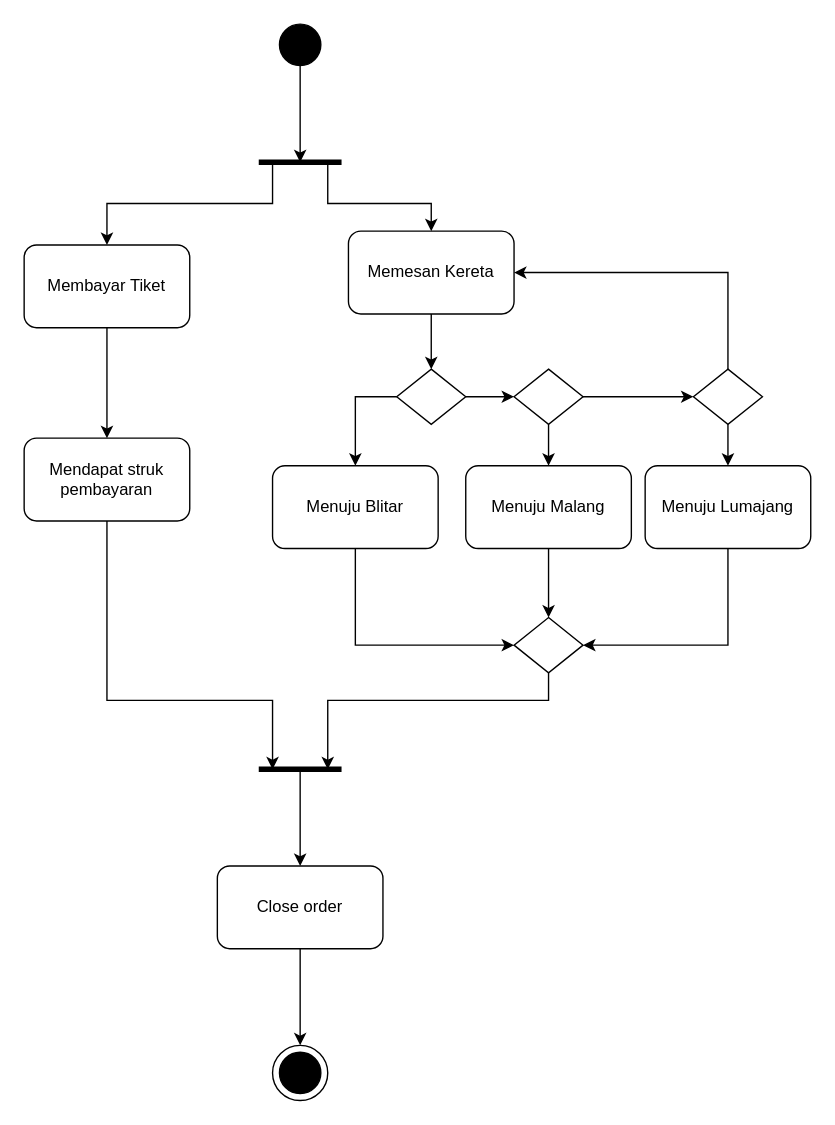
The draw.io diagram OOP/Pertemuan 3/OOP3.drawio in nur-wahid123/belajar, before the edit. Source tidied: cells renumbered, new cells numbered last; positions are measured from the earlier drawing's top-left corner, leaving out a move shared by most shapes. Both pictures are drawn from the tidied source at 138%, with x=0, y=0 at pixel (23, 23).
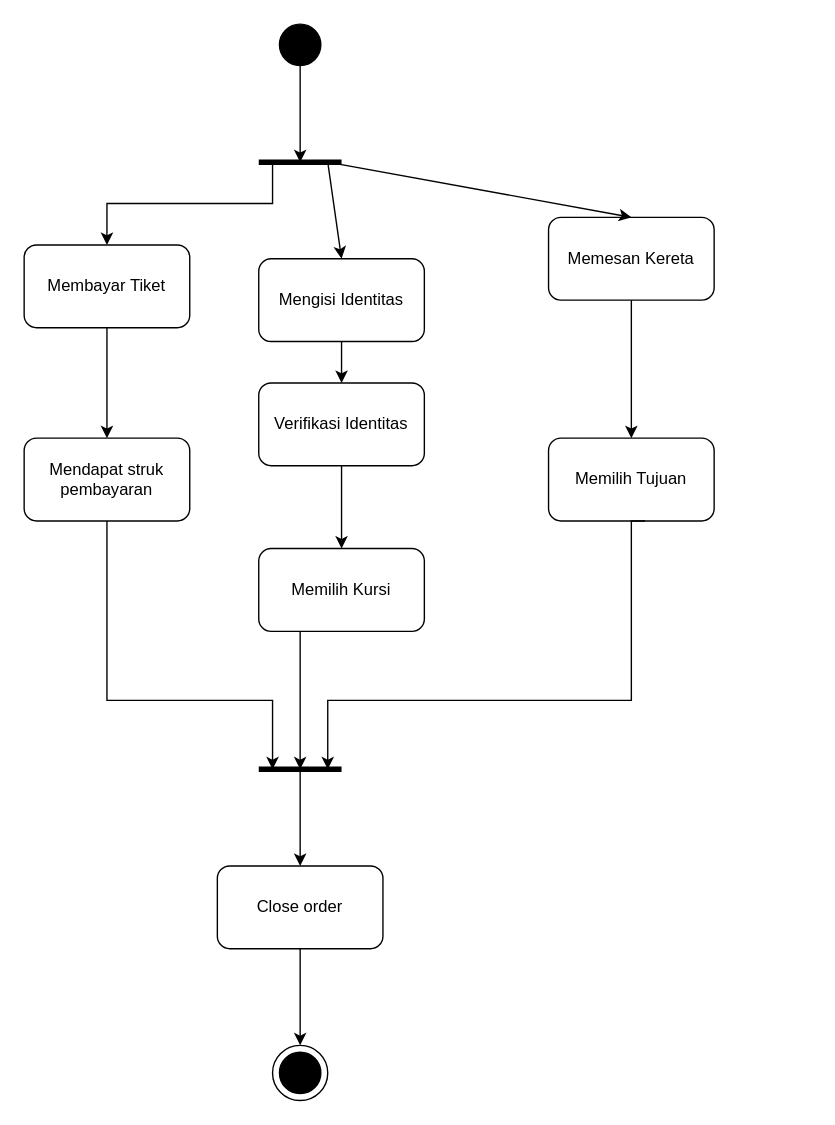
The same page after the edit.

The edit, as a diff of the source:
```diff
@@
-    <mxCell id="7" style="edgeStyle=orthogonalEdgeStyle;rounded=0;jettySize=auto;html=1;" parent="1" edge="1" source="8" target="11">
+    <mxCell id="7" style="edgeStyle=orthogonalEdgeStyle;rounded=0;jettySize=auto;html=1;entryX=0.5;entryY=0;entryDx=0;entryDy=0;" parent="1" edge="1" source="8" target="13">
       <mxGeometry relative="1" as="geometry" />
     </mxCell>
     <mxCell id="8" value="Memesan Kereta" style="rounded=1;whiteSpace=wrap;html=1;fillColor=#FFFFFF;" parent="1" vertex="1">
-      <mxGeometry x="235" y="150" width="120" height="60" as="geometry" />
+      <mxGeometry x="380" y="140" width="120" height="60" as="geometry" />
     </mxCell>
-    <mxCell id="9" style="edgeStyle=orthogonalEdgeStyle;rounded=0;jettySize=auto;html=1;" parent="1" edge="1" source="11" target="13">
-      <mxGeometry relative="1" as="geometry">
-        <Array as="points">
-          <mxPoint x="240" y="270" />
-        </Array>
-      </mxGeometry>
-    </mxCell>
-    <mxCell id="10" style="edgeStyle=orthogonalEdgeStyle;rounded=0;jettySize=auto;html=1;" parent="1" edge="1" source="11" target="16">
-      <mxGeometry relative="1" as="geometry" />
-    </mxCell>
-    <mxCell id="11" style="rhombus;whiteSpace=wrap;html=1;fillColor=#FFFFFF;" parent="1" vertex="1">
-      <mxGeometry x="270" y="250" width="50" height="40" as="geometry" />
-    </mxCell>
-    <mxCell id="12" style="edgeStyle=orthogonalEdgeStyle;rounded=0;jettySize=auto;html=1;entryX=0;entryY=0.5;entryDx=0;entryDy=0;" parent="1" edge="1" source="13" target="25">
-      <mxGeometry relative="1" as="geometry">
-        <Array as="points">
-          <mxPoint x="240" y="450" />
-        </Array>
-      </mxGeometry>
-    </mxCell>
-    <mxCell id="13" value="Menuju Blitar" style="rounded=1;whiteSpace=wrap;html=1;fillColor=#FFFFFF;" parent="1" vertex="1">
-      <mxGeometry x="180" y="320" width="120" height="60" as="geometry" />
+    <mxCell id="13" value="Memilih Tujuan" style="rounded=1;whiteSpace=wrap;html=1;fillColor=#FFFFFF;" parent="1" vertex="1">
+      <mxGeometry x="380" y="300" width="120" height="60" as="geometry" />
     </mxCell>
-    <mxCell id="14" style="edgeStyle=orthogonalEdgeStyle;rounded=0;jettySize=auto;html=1;" parent="1" edge="1" source="16" target="18">
-      <mxGeometry relative="1" as="geometry" />
-    </mxCell>
-    <mxCell id="15" style="edgeStyle=orthogonalEdgeStyle;rounded=0;jettySize=auto;html=1;" parent="1" edge="1" source="16" target="21">
-      <mxGeometry relative="1" as="geometry" />
-    </mxCell>
-    <mxCell id="16" style="rhombus;whiteSpace=wrap;html=1;fillColor=#FFFFFF;" parent="1" vertex="1">
-      <mxGeometry x="355" y="250" width="50" height="40" as="geometry" />
-    </mxCell>
-    <mxCell id="17" style="edgeStyle=orthogonalEdgeStyle;rounded=0;jettySize=auto;html=1;" parent="1" edge="1" source="18" target="25">
-      <mxGeometry relative="1" as="geometry" />
-    </mxCell>
-    <mxCell id="18" value="Menuju Malang" style="rounded=1;whiteSpace=wrap;html=1;fillColor=#FFFFFF;" parent="1" vertex="1">
-      <mxGeometry x="320" y="320" width="120" height="60" as="geometry" />
-    </mxCell>
-    <mxCell id="19" style="edgeStyle=orthogonalEdgeStyle;rounded=0;jettySize=auto;html=1;" parent="1" edge="1" source="21" target="23">
-      <mxGeometry relative="1" as="geometry" />
-    </mxCell>
-    <mxCell id="20" style="edgeStyle=orthogonalEdgeStyle;rounded=0;jettySize=auto;html=1;entryX=1;entryY=0.5;entryDx=0;entryDy=0;" parent="1" edge="1" source="21" target="8">
-      <mxGeometry relative="1" as="geometry">
-        <Array as="points">
-          <mxPoint x="510" y="180" />
-        </Array>
-      </mxGeometry>
-    </mxCell>
-    <mxCell id="21" style="rhombus;whiteSpace=wrap;html=1;fillColor=#FFFFFF;" parent="1" vertex="1">
-      <mxGeometry x="485" y="250" width="50" height="40" as="geometry" />
-    </mxCell>
-    <mxCell id="22" style="edgeStyle=orthogonalEdgeStyle;rounded=0;jettySize=auto;html=1;entryX=1;entryY=0.5;entryDx=0;entryDy=0;" parent="1" edge="1" source="23" target="25">
-      <mxGeometry relative="1" as="geometry">
-        <Array as="points">
-          <mxPoint x="510" y="450" />
-        </Array>
-      </mxGeometry>
-    </mxCell>
-    <mxCell id="23" value="Menuju Lumajang" style="rounded=1;whiteSpace=wrap;html=1;fillColor=#FFFFFF;" parent="1" vertex="1">
-      <mxGeometry x="450" y="320" width="120" height="60" as="geometry" />
-    </mxCell>
-    <mxCell id="24" style="edgeStyle=orthogonalEdgeStyle;rounded=0;jettySize=auto;html=1;strokeWidth=1;" parent="1" edge="1" source="25">
+    <mxCell id="24" style="edgeStyle=orthogonalEdgeStyle;rounded=0;jettySize=auto;html=1;strokeWidth=1;exitX=0.583;exitY=1;exitDx=0;exitDy=0;exitPerimeter=0;" parent="1" edge="1" source="13">
       <mxGeometry relative="1" as="geometry">
         <mxPoint x="220" y="540" as="targetPoint" />
         <Array as="points">
-          <mxPoint x="380" y="490" />
+          <mxPoint x="440" y="360" />
+          <mxPoint x="440" y="490" />
           <mxPoint x="220" y="490" />
         </Array>
       </mxGeometry>
     </mxCell>
-    <mxCell id="25" style="rhombus;whiteSpace=wrap;html=1;fillColor=#FFFFFF;" parent="1" vertex="1">
-      <mxGeometry x="355" y="430" width="50" height="40" as="geometry" />
-    </mxCell>
@@
     <mxCell id="27" style="endArrow=classic;html=1;rounded=0;strokeWidth=1;entryX=0.5;entryY=0;entryDx=0;entryDy=0;" parent="1" edge="1" target="8">
       <mxGeometry relative="1" as="geometry">
         <mxPoint x="220" y="100" as="sourcePoint" />
-        <Array as="points">
-          <mxPoint x="220" y="130" />
-          <mxPoint x="295" y="130" />
-        </Array>
       </mxGeometry>
     </mxCell>
@@
+    <mxCell id="37" style="endArrow=classic;html=1;rounded=0;strokeWidth=1;entryX=0.5;entryY=0;entryDx=0;entryDy=0;" parent="1" edge="1" target="39">
+      <mxGeometry relative="1" as="geometry">
+        <mxPoint x="220" y="100" as="sourcePoint" />
+      </mxGeometry>
+    </mxCell>
+    <mxCell id="38" style="edgeStyle=orthogonalEdgeStyle;rounded=0;jettySize=auto;html=1;" parent="1" edge="1" source="39" target="41">
+      <mxGeometry relative="1" as="geometry" />
+    </mxCell>
+    <mxCell id="39" value="Mengisi Identitas" style="rounded=1;whiteSpace=wrap;html=1;fillColor=#FFFFFF;" parent="1" vertex="1">
+      <mxGeometry x="170" y="170" width="120" height="60" as="geometry" />
+    </mxCell>
+    <mxCell id="40" style="edgeStyle=orthogonalEdgeStyle;rounded=0;jettySize=auto;html=1;" parent="1" edge="1" source="41" target="43">
+      <mxGeometry relative="1" as="geometry" />
+    </mxCell>
+    <mxCell id="41" value="Verifikasi Identitas" style="rounded=1;whiteSpace=wrap;html=1;fillColor=#FFFFFF;" parent="1" vertex="1">
+      <mxGeometry x="170" y="260" width="120" height="60" as="geometry" />
+    </mxCell>
+    <mxCell id="42" style="edgeStyle=orthogonalEdgeStyle;rounded=0;jettySize=auto;html=1;" parent="1" edge="1" source="43">
+      <mxGeometry relative="1" as="geometry">
+        <mxPoint x="200" y="540" as="targetPoint" />
+        <Array as="points">
+          <mxPoint x="200" y="460" />
+          <mxPoint x="200" y="460" />
+        </Array>
+      </mxGeometry>
+    </mxCell>
+    <mxCell id="43" value="Memilih Kursi" style="rounded=1;whiteSpace=wrap;html=1;fillColor=#FFFFFF;" parent="1" vertex="1">
+      <mxGeometry x="170" y="380" width="120" height="60" as="geometry" />
+    </mxCell>
```
